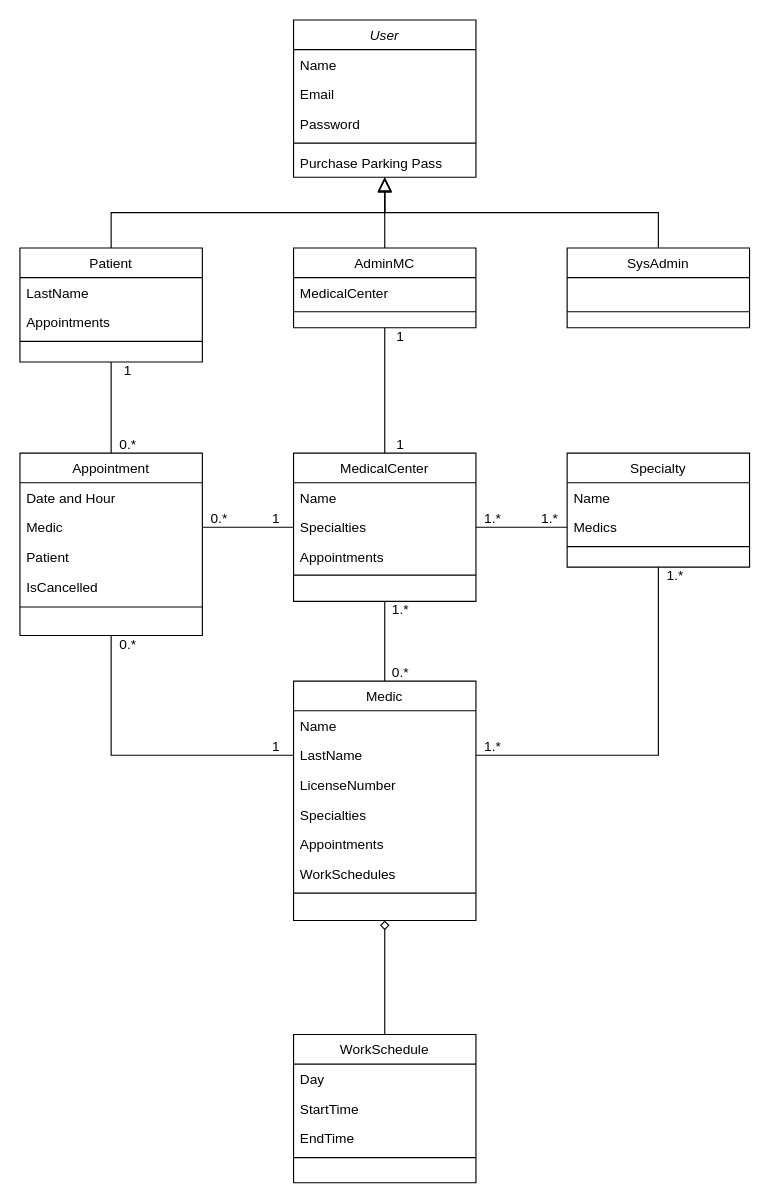
Before: Backend/docs/Diagrama-Clases-App-Turnos.drawio in alanmoex/App-turnos, a draw.io diagram. Source tidied: cells renumbered, new cells numbered last; positions are measured from the earlier drawing's top-left corner, leaving out a move shared by most shapes. Both pictures are drawn from the tidied source at 114%, with x=0, y=0 at pixel (19, 19).
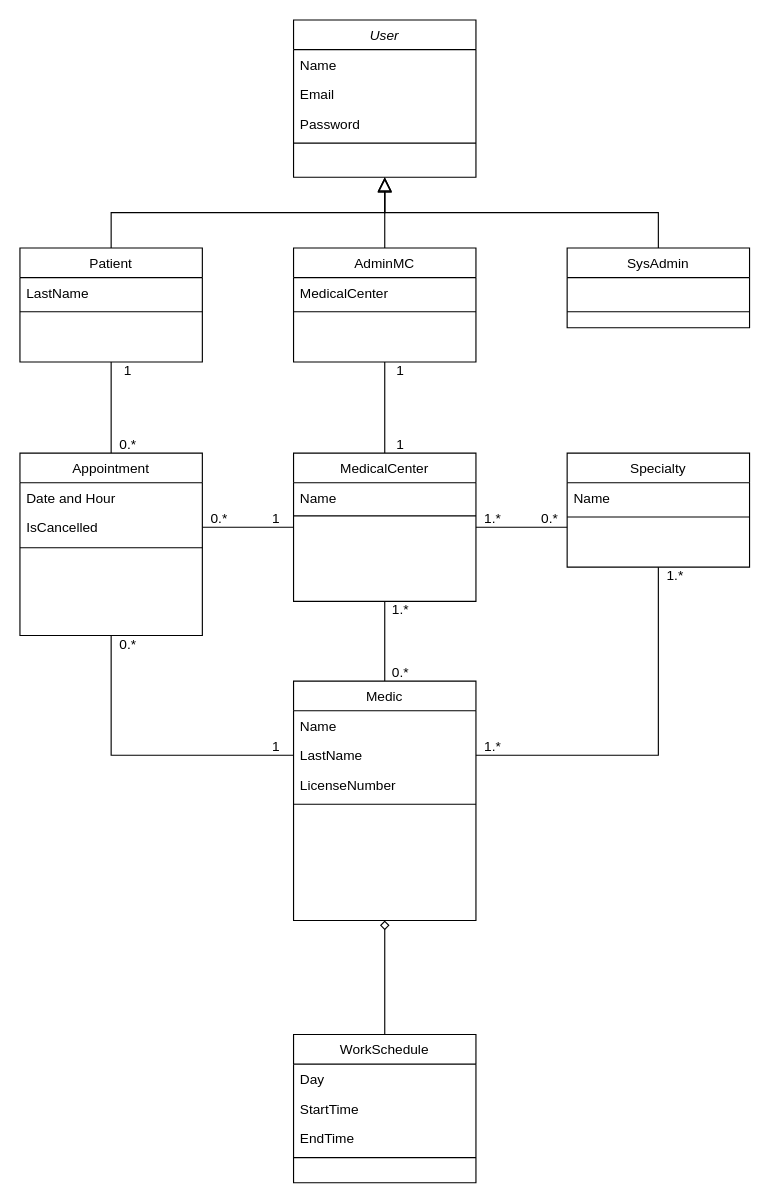
The same page after the edit.

Commit message (it also covers changes not shown here):
add licensenumber to medic dto

Unchanged cells that the change refers to:
```xml
<mxCell id="2" value="User" style="swimlane;fontStyle=2;align=center;verticalAlign=top;horizontal=1;startSize=26;rounded=0;shadow=0;strokeWidth=1;" parent="1" vertex="1">
  <mxGeometry x="240" width="160" height="138" as="geometry" />
</mxCell>
<mxCell id="9" value="Patient" style="swimlane;fontStyle=0;align=center;verticalAlign=top;horizontal=1;startSize=26;rounded=0;shadow=0;strokeWidth=1;" parent="1" vertex="1">
  <mxGeometry y="200" width="160" height="100" as="geometry" />
</mxCell>
<mxCell id="24" value="Appointment" style="swimlane;fontStyle=0;align=center;verticalAlign=top;horizontal=1;startSize=26;rounded=0;shadow=0;strokeWidth=1;" parent="1" vertex="1">
  <mxGeometry y="380" width="160" height="160" as="geometry" />
</mxCell>
<mxCell id="31" value="MedicalCenter" style="swimlane;fontStyle=0;align=center;verticalAlign=top;horizontal=1;startSize=26;rounded=0;shadow=0;strokeWidth=1;" parent="1" vertex="1">
  <mxGeometry x="240" y="380" width="160" height="130" as="geometry" />
</mxCell>
<mxCell id="36" value="Specialty" style="swimlane;fontStyle=0;align=center;verticalAlign=top;horizontal=1;startSize=26;rounded=0;shadow=0;strokeWidth=1;" parent="1" vertex="1">
  <mxGeometry x="480" y="380" width="160" height="100" as="geometry" />
</mxCell>
<mxCell id="41" value="Medic" style="swimlane;fontStyle=0;align=center;verticalAlign=top;horizontal=1;startSize=26;rounded=0;shadow=0;strokeWidth=1;" parent="1" vertex="1">
  <mxGeometry x="240" y="580" width="160" height="210" as="geometry" />
</mxCell>
```

Diff of the diagram source:
```diff
@@
-    <mxCell id="7" value="Purchase Parking Pass" style="text;align=left;verticalAlign=top;spacingLeft=4;spacingRight=4;overflow=hidden;points=[[0,0.5],[1,0.5]];portConstraint=eastwest;" parent="2" vertex="1">
-      <mxGeometry y="112" width="160" height="26" as="geometry" />
-    </mxCell>
@@
-    <mxCell id="11" value="Appointments" style="text;align=left;verticalAlign=top;spacingLeft=4;spacingRight=4;overflow=hidden;rounded=0;shadow=0;html=0;" parent="9" vertex="1">
-      <mxGeometry y="52" width="160" height="26" as="geometry" />
-    </mxCell>
     <mxCell id="12" style="line;html=1;strokeWidth=1;align=left;verticalAlign=middle;spacingTop=-1;spacingLeft=3;spacingRight=3;labelPosition=right;" parent="9" vertex="1">
-      <mxGeometry y="78" width="160" height="8" as="geometry" />
+      <mxGeometry y="52" width="160" height="8" as="geometry" />
     </mxCell>
@@
     <mxCell id="15" value="AdminMC" style="swimlane;fontStyle=0;align=center;verticalAlign=top;horizontal=1;startSize=26;rounded=0;shadow=0;strokeWidth=1;" parent="1" vertex="1">
-      <mxGeometry x="240" y="200" width="160" height="70" as="geometry" />
+      <mxGeometry x="240" y="200" width="160" height="100" as="geometry" />
     </mxCell>
@@
-    <mxCell id="19" style="edgeStyle=orthogonalEdgeStyle;rounded=0;jettySize=auto;html=1;entryX=0.5;entryY=1.038;entryDx=0;entryDy=0;entryPerimeter=0;endArrow=block;endFill=0;endSize=10;" parent="1" edge="1" source="15" target="7">
-      <mxGeometry relative="1" as="geometry" />
+    <mxCell id="19" style="edgeStyle=orthogonalEdgeStyle;rounded=0;jettySize=auto;html=1;entryX=0.5;entryY=1.038;entryDx=0;entryDy=0;entryPerimeter=0;endArrow=block;endFill=0;endSize=10;" parent="1" edge="1" source="15">
+      <mxGeometry relative="1" as="geometry">
+        <mxPoint x="320" y="139" as="targetPoint" />
+      </mxGeometry>
     </mxCell>
@@
-    <mxCell id="26" value="Medic" style="text;align=left;verticalAlign=top;spacingLeft=4;spacingRight=4;overflow=hidden;points=[[0,0.5],[1,0.5]];portConstraint=eastwest;rounded=0;shadow=0;html=0;" parent="24" vertex="1">
-      <mxGeometry y="52" width="160" height="26" as="geometry" />
-    </mxCell>
-    <mxCell id="27" value="Patient" style="text;align=left;verticalAlign=top;spacingLeft=4;spacingRight=4;overflow=hidden;rounded=0;shadow=0;html=0;" parent="24" vertex="1">
-      <mxGeometry y="78" width="160" height="26" as="geometry" />
-    </mxCell>
     <mxCell id="28" value="IsCancelled" style="text;align=left;verticalAlign=top;spacingLeft=4;spacingRight=4;overflow=hidden;rounded=0;shadow=0;html=0;" parent="24" vertex="1">
-      <mxGeometry y="104" width="160" height="26" as="geometry" />
+      <mxGeometry y="52" width="160" height="26" as="geometry" />
     </mxCell>
     <mxCell id="29" style="line;html=1;strokeWidth=1;align=left;verticalAlign=middle;spacingTop=-1;spacingLeft=3;spacingRight=3;labelPosition=right;" parent="24" vertex="1">
-      <mxGeometry y="130" width="160" height="10" as="geometry" />
+      <mxGeometry y="78" width="160" height="10" as="geometry" />
     </mxCell>
@@
-    <mxCell id="33" value="Specialties" style="text;align=left;verticalAlign=top;spacingLeft=4;spacingRight=4;overflow=hidden;points=[[0,0.5],[1,0.5]];portConstraint=eastwest;rounded=0;shadow=0;html=0;" parent="31" vertex="1">
-      <mxGeometry y="52" width="160" height="26" as="geometry" />
-    </mxCell>
-    <mxCell id="34" value="Appointments" style="text;align=left;verticalAlign=top;spacingLeft=4;spacingRight=4;overflow=hidden;rounded=0;shadow=0;html=0;" parent="31" vertex="1">
-      <mxGeometry y="78" width="160" height="26" as="geometry" />
-    </mxCell>
     <mxCell id="35" style="line;html=1;strokeWidth=1;align=left;verticalAlign=middle;spacingTop=-1;spacingLeft=3;spacingRight=3;labelPosition=right;" parent="31" vertex="1">
-      <mxGeometry y="104" width="160" height="6" as="geometry" />
+      <mxGeometry y="52" width="160" height="6" as="geometry" />
     </mxCell>
@@
-    <mxCell id="38" value="Medics" style="text;align=left;verticalAlign=top;spacingLeft=4;spacingRight=4;overflow=hidden;points=[[0,0.5],[1,0.5]];portConstraint=eastwest;rounded=0;shadow=0;html=0;" parent="36" vertex="1">
-      <mxGeometry y="52" width="160" height="26" as="geometry" />
-    </mxCell>
     <mxCell id="39" style="line;html=1;strokeWidth=1;align=left;verticalAlign=middle;spacingTop=-1;spacingLeft=3;spacingRight=3;labelPosition=right;" parent="36" vertex="1">
-      <mxGeometry y="78" width="160" height="8" as="geometry" />
+      <mxGeometry y="52" width="160" height="8" as="geometry" />
     </mxCell>
@@
-    <mxCell id="45" value="Specialties" style="text;align=left;verticalAlign=top;spacingLeft=4;spacingRight=4;overflow=hidden;rounded=0;shadow=0;html=0;" parent="41" vertex="1">
-      <mxGeometry y="104" width="160" height="26" as="geometry" />
-    </mxCell>
-    <mxCell id="46" value="Appointments" style="text;align=left;verticalAlign=top;spacingLeft=4;spacingRight=4;overflow=hidden;rounded=0;shadow=0;html=0;" parent="41" vertex="1">
-      <mxGeometry y="130" width="160" height="26" as="geometry" />
-    </mxCell>
-    <mxCell id="47" value="WorkSchedules" style="text;align=left;verticalAlign=top;spacingLeft=4;spacingRight=4;overflow=hidden;rounded=0;shadow=0;html=0;" parent="41" vertex="1">
-      <mxGeometry y="156" width="160" height="26" as="geometry" />
-    </mxCell>
     <mxCell id="48" style="line;html=1;strokeWidth=1;align=left;verticalAlign=middle;spacingTop=-1;spacingLeft=3;spacingRight=3;labelPosition=right;" parent="41" vertex="1">
-      <mxGeometry y="182" width="160" height="8" as="geometry" />
+      <mxGeometry y="104" width="160" height="8" as="geometry" />
     </mxCell>
@@
-    <mxCell id="55" style="edgeStyle=orthogonalEdgeStyle;rounded=0;jettySize=auto;html=1;entryX=0;entryY=0.5;entryDx=0;entryDy=0;endArrow=none;endFill=0;" parent="1" edge="1" source="26" target="33">
-      <mxGeometry relative="1" as="geometry" />
+    <mxCell id="55" style="edgeStyle=orthogonalEdgeStyle;rounded=0;orthogonalLoop=1;jettySize=auto;html=1;entryX=0;entryY=0.5;entryDx=0;entryDy=0;endArrow=none;endFill=0;" parent="1" edge="1">
+      <mxGeometry relative="1" as="geometry">
+        <mxPoint x="160" y="445" as="sourcePoint" />
+        <mxPoint x="240" y="445" as="targetPoint" />
+      </mxGeometry>
     </mxCell>
-    <mxCell id="56" style="edgeStyle=orthogonalEdgeStyle;rounded=0;jettySize=auto;html=1;entryX=1;entryY=0.5;entryDx=0;entryDy=0;endArrow=none;endFill=0;" parent="1" edge="1" source="38" target="33">
-      <mxGeometry relative="1" as="geometry" />
+    <mxCell id="56" style="edgeStyle=orthogonalEdgeStyle;rounded=0;orthogonalLoop=1;jettySize=auto;html=1;entryX=1;entryY=0.5;entryDx=0;entryDy=0;endArrow=none;endFill=0;" parent="1" edge="1">
+      <mxGeometry relative="1" as="geometry">
+        <mxPoint x="480" y="445" as="sourcePoint" />
+        <mxPoint x="400" y="445" as="targetPoint" />
+      </mxGeometry>
     </mxCell>
@@
-    <mxCell id="68" value="1.*" style="text;html=1;align=center;verticalAlign=middle;whiteSpace=wrap;rounded=0;" parent="1" vertex="1">
+    <mxCell id="68" value="0.*" style="text;html=1;align=center;verticalAlign=middle;whiteSpace=wrap;rounded=0;" parent="1" vertex="1">
       <mxGeometry x="450" y="430" width="30" height="15" as="geometry" />
     </mxCell>
     <mxCell id="69" value="1" style="text;html=1;align=center;verticalAlign=middle;whiteSpace=wrap;rounded=0;" parent="1" vertex="1">
-      <mxGeometry x="319" y="270" width="30" height="15" as="geometry" />
+      <mxGeometry x="319" y="300" width="30" height="15" as="geometry" />
     </mxCell>
```
